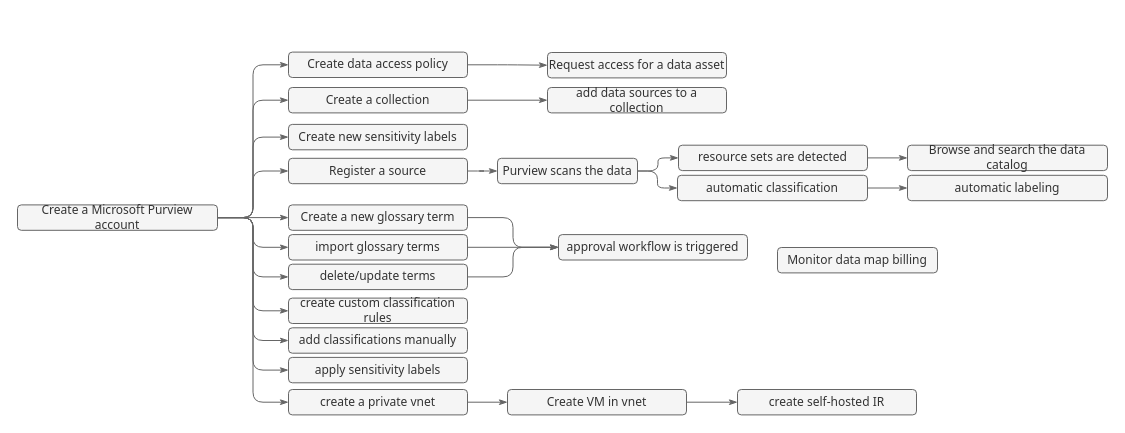
This is page "azure purview lifecycle" (6 of 7) of Data Governance.drawio from kanchantewary/MindMaps, a draw.io file, before an edit. Source tidied: cells renumbered, new cells numbered last; positions are measured from the earlier drawing's top-left corner, leaving out a move shared by most shapes. Both pictures are drawn from the tidied source at 100%, with x=0, y=0 at pixel (17, 52).
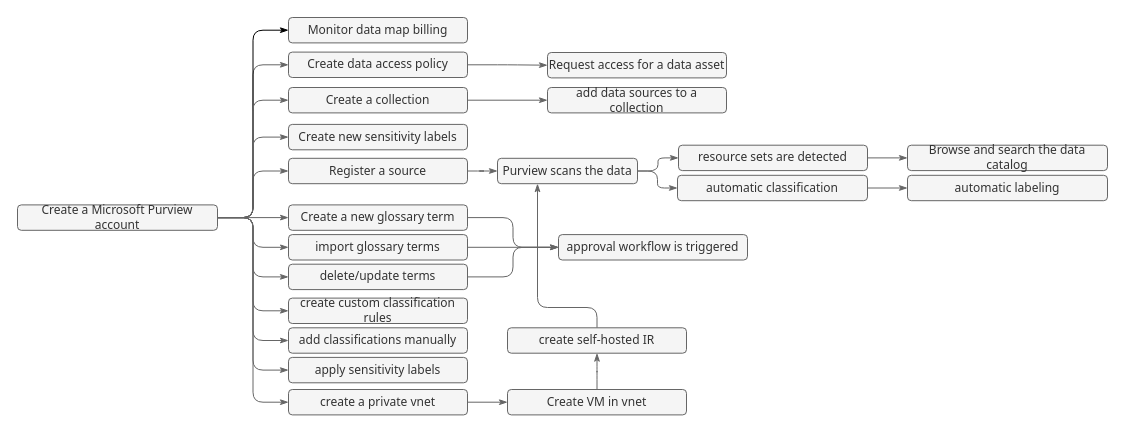
The same page after the edit.

Unchanged cells that the change refers to:
```xml
<mxCell id="3" value="Purview scans the data" style="rounded=1;whiteSpace=wrap;html=1;fontFamily=Tahoma;fillColor=#f5f5f5;fontColor=#333333;strokeColor=#666666;" parent="1" vertex="1">
  <mxGeometry x="480" y="105.8" width="140" height="25.4" as="geometry" />
</mxCell>
<mxCell id="12" value="Create a Microsoft Purview account" style="rounded=1;whiteSpace=wrap;html=1;fontFamily=Tahoma;fillColor=#f5f5f5;fontColor=#333333;strokeColor=#666666;" parent="1" vertex="1">
  <mxGeometry y="152.4" width="200" height="25.4" as="geometry" />
</mxCell>
```

Change to the diagram source:
```diff
@@
+    <mxCell id="48" style="edgeStyle=orthogonalEdgeStyle;rounded=1;jettySize=auto;html=1;endArrow=classicThin;endFill=1;fillColor=#f5f5f5;strokeColor=#666666;" parent="1" edge="1" source="47" target="3">
+      <mxGeometry relative="1" as="geometry">
+        <Array as="points">
+          <mxPoint x="580" y="255" />
+          <mxPoint x="520" y="255" />
+        </Array>
+      </mxGeometry>
+    </mxCell>
@@
+    <mxCell id="49" style="edgeStyle=orthogonalEdgeStyle;rounded=1;jettySize=auto;html=1;entryX=0;entryY=0.5;entryDx=0;entryDy=0;endArrow=classicThin;endFill=1;" parent="1" edge="1" source="12" target="13">
+      <mxGeometry relative="1" as="geometry" />
+    </mxCell>
@@
     <mxCell id="13" value="Monitor data map billing" style="rounded=1;whiteSpace=wrap;html=1;fontFamily=Tahoma;fillColor=#f5f5f5;fontColor=#333333;strokeColor=#666666;" parent="1" vertex="1">
-      <mxGeometry x="760" y="195" width="160" height="25.4" as="geometry" />
+      <mxGeometry x="271" y="-35" width="179" height="25.4" as="geometry" />
     </mxCell>
@@
     <mxCell id="47" value="create self-hosted IR" style="rounded=1;whiteSpace=wrap;html=1;fontFamily=Tahoma;fillColor=#f5f5f5;fontColor=#333333;strokeColor=#666666;" parent="1" vertex="1">
-      <mxGeometry x="720" y="337" width="179" height="25.4" as="geometry" />
+      <mxGeometry x="490" y="275.3" width="179" height="25.4" as="geometry" />
     </mxCell>
```
